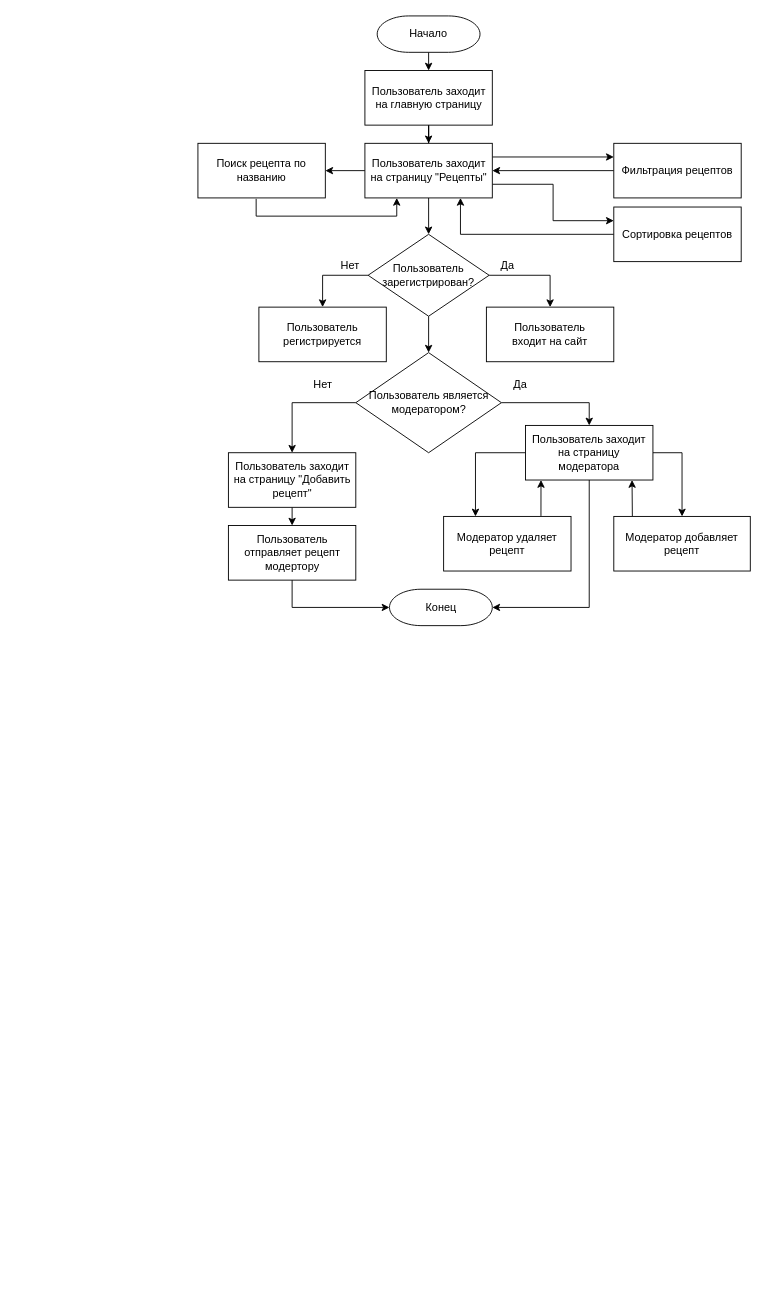
The draw.io diagram page "Base 1.3" (6 of 12) of img/Диаграмма без названия.drawio in Discordiks/Pink_girls, before the edit. Source tidied: cells renumbered, new cells numbered last; positions are measured from the earlier drawing's top-left corner, leaving out a move shared by most shapes. Both pictures are drawn from the tidied source at 91%, with x=0, y=0 at pixel (197, 15).
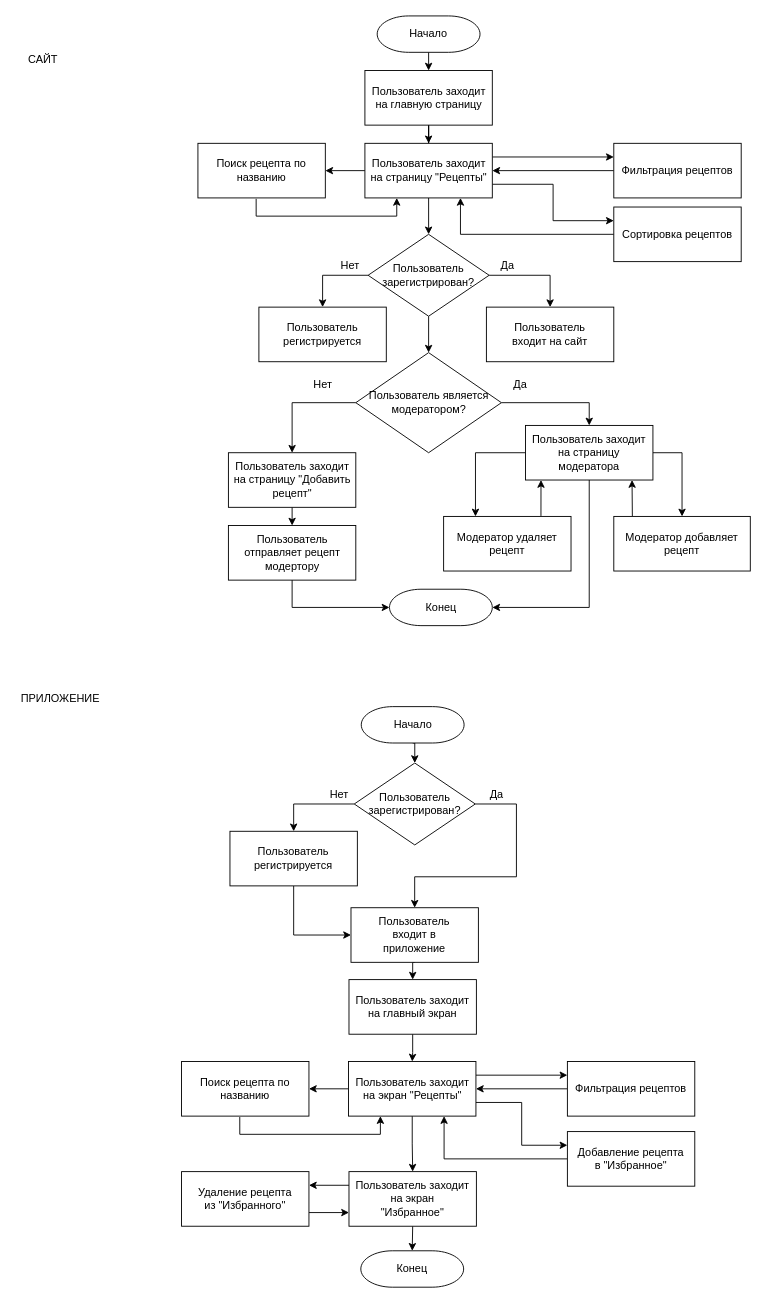
Above is the later version.

Change to the diagram source:
```diff
@@
+    <mxCell id="43" value="САЙТ" style="text;html=1;align=center;verticalAlign=middle;whiteSpace=wrap;rounded=0;" parent="1" vertex="1">
+      <mxGeometry x="-200" y="33" width="60" height="30" as="geometry" />
+    </mxCell>
+    <mxCell id="44" value="ПРИЛОЖЕНИЕ" style="text;html=1;align=center;verticalAlign=middle;whiteSpace=wrap;rounded=0;" parent="1" vertex="1">
+      <mxGeometry x="-200" y="735" width="98" height="30" as="geometry" />
+    </mxCell>
+    <mxCell id="45" style="edgeStyle=orthogonalEdgeStyle;rounded=0;jettySize=auto;html=1;exitX=0.5;exitY=1;exitDx=0;exitDy=0;exitPerimeter=0;entryX=0.5;entryY=0;entryDx=0;entryDy=0;" parent="1" edge="1" source="46" target="60">
+      <mxGeometry relative="1" as="geometry" />
+    </mxCell>
+    <mxCell id="46" value="Начало" style="strokeWidth=1;html=1;shape=mxgraph.flowchart.terminator;whiteSpace=wrap;" parent="1" vertex="1">
+      <mxGeometry x="179.5" y="759" width="113" height="40" as="geometry" />
+    </mxCell>
+    <mxCell id="47" style="edgeStyle=orthogonalEdgeStyle;rounded=0;jettySize=auto;html=1;entryX=0.5;entryY=0;entryDx=0;entryDy=0;" parent="1" edge="1" source="48" target="53">
+      <mxGeometry relative="1" as="geometry" />
+    </mxCell>
+    <mxCell id="48" value="Пользователь заходит на главный экран" style="rounded=0;whiteSpace=wrap;html=1;" parent="1" vertex="1">
+      <mxGeometry x="166" y="1059" width="140" height="60" as="geometry" />
+    </mxCell>
+    <mxCell id="49" style="edgeStyle=orthogonalEdgeStyle;rounded=0;jettySize=auto;html=1;entryX=1;entryY=0.5;entryDx=0;entryDy=0;" parent="1" edge="1" source="53" target="55">
+      <mxGeometry relative="1" as="geometry" />
+    </mxCell>
+    <mxCell id="50" style="edgeStyle=orthogonalEdgeStyle;rounded=0;jettySize=auto;html=1;exitX=0.5;exitY=1;exitDx=0;exitDy=0;entryX=0.5;entryY=0;entryDx=0;entryDy=0;" parent="1" edge="1" source="53" target="65">
+      <mxGeometry relative="1" as="geometry" />
+    </mxCell>
+    <mxCell id="51" style="edgeStyle=orthogonalEdgeStyle;rounded=0;jettySize=auto;html=1;exitX=1;exitY=0.25;exitDx=0;exitDy=0;entryX=0;entryY=0.25;entryDx=0;entryDy=0;" parent="1" edge="1" source="53" target="57">
+      <mxGeometry relative="1" as="geometry" />
+    </mxCell>
+    <mxCell id="52" style="edgeStyle=orthogonalEdgeStyle;rounded=0;jettySize=auto;html=1;exitX=1;exitY=0.75;exitDx=0;exitDy=0;entryX=0;entryY=0.25;entryDx=0;entryDy=0;" parent="1" edge="1" source="53" target="72">
+      <mxGeometry relative="1" as="geometry" />
+    </mxCell>
+    <mxCell id="53" value="Пользователь заходит на экран &quot;Рецепты&quot;" style="rounded=0;whiteSpace=wrap;html=1;" parent="1" vertex="1">
+      <mxGeometry x="165.5" y="1149" width="140" height="60" as="geometry" />
+    </mxCell>
+    <mxCell id="54" style="edgeStyle=orthogonalEdgeStyle;rounded=0;jettySize=auto;html=1;entryX=0.25;entryY=1;entryDx=0;entryDy=0;exitX=0.457;exitY=1.017;exitDx=0;exitDy=0;exitPerimeter=0;" parent="1" edge="1" source="55" target="53">
+      <mxGeometry relative="1" as="geometry" />
+    </mxCell>
+    <mxCell id="55" value="Поиск рецепта по названию" style="rounded=0;whiteSpace=wrap;html=1;" parent="1" vertex="1">
+      <mxGeometry x="-18" y="1149" width="140" height="60" as="geometry" />
+    </mxCell>
+    <mxCell id="56" style="edgeStyle=orthogonalEdgeStyle;rounded=0;jettySize=auto;html=1;exitX=0;exitY=0.5;exitDx=0;exitDy=0;entryX=1;entryY=0.5;entryDx=0;entryDy=0;" parent="1" edge="1" source="57" target="53">
+      <mxGeometry relative="1" as="geometry" />
+    </mxCell>
+    <mxCell id="57" value="Фильтрация рецептов" style="rounded=0;whiteSpace=wrap;html=1;" parent="1" vertex="1">
+      <mxGeometry x="406" y="1149" width="140" height="60" as="geometry" />
+    </mxCell>
+    <mxCell id="58" style="edgeStyle=orthogonalEdgeStyle;rounded=0;jettySize=auto;html=1;exitX=1;exitY=0.5;exitDx=0;exitDy=0;entryX=0.5;entryY=0;entryDx=0;entryDy=0;" parent="1" edge="1" source="60" target="67">
+      <mxGeometry relative="1" as="geometry">
+        <Array as="points">
+          <mxPoint x="350" y="866" />
+          <mxPoint x="350" y="946" />
+          <mxPoint x="238" y="946" />
+        </Array>
+      </mxGeometry>
+    </mxCell>
+    <mxCell id="59" style="edgeStyle=orthogonalEdgeStyle;rounded=0;jettySize=auto;html=1;exitX=0;exitY=0.5;exitDx=0;exitDy=0;entryX=0.5;entryY=0;entryDx=0;entryDy=0;" parent="1" edge="1" source="60" target="62">
+      <mxGeometry relative="1" as="geometry" />
+    </mxCell>
+    <mxCell id="60" value="Пользователь зарегистрирован?" style="rhombus;whiteSpace=wrap;html=1;" parent="1" vertex="1">
+      <mxGeometry x="171.8" y="821" width="133" height="90" as="geometry" />
+    </mxCell>
+    <mxCell id="61" style="edgeStyle=orthogonalEdgeStyle;rounded=0;jettySize=auto;html=1;exitX=0.5;exitY=1;exitDx=0;exitDy=0;entryX=0;entryY=0.5;entryDx=0;entryDy=0;" parent="1" edge="1" source="62" target="67">
+      <mxGeometry relative="1" as="geometry" />
+    </mxCell>
+    <mxCell id="62" value="Пользователь регистрируется" style="rounded=0;whiteSpace=wrap;html=1;" parent="1" vertex="1">
+      <mxGeometry x="35.2" y="896" width="140" height="60" as="geometry" />
+    </mxCell>
+    <mxCell id="63" style="edgeStyle=orthogonalEdgeStyle;rounded=0;jettySize=auto;html=1;exitX=0.5;exitY=1;exitDx=0;exitDy=0;entryX=0.5;entryY=0;entryDx=0;entryDy=0;entryPerimeter=0;" parent="1" edge="1" source="65" target="70">
+      <mxGeometry relative="1" as="geometry" />
+    </mxCell>
+    <mxCell id="64" style="edgeStyle=orthogonalEdgeStyle;rounded=0;jettySize=auto;html=1;exitX=0;exitY=0.25;exitDx=0;exitDy=0;entryX=1;entryY=0.25;entryDx=0;entryDy=0;" parent="1" edge="1" source="65" target="74">
+      <mxGeometry relative="1" as="geometry" />
+    </mxCell>
+    <mxCell id="65" value="&lt;div&gt;Пользователь заходит на экран&lt;br&gt;&lt;/div&gt;&lt;div&gt;&quot;Избранное&quot;&lt;/div&gt;" style="rounded=0;whiteSpace=wrap;html=1;" parent="1" vertex="1">
+      <mxGeometry x="166" y="1270" width="140" height="60" as="geometry" />
+    </mxCell>
+    <mxCell id="66" style="edgeStyle=orthogonalEdgeStyle;rounded=0;jettySize=auto;html=1;exitX=0.5;exitY=1;exitDx=0;exitDy=0;entryX=0.5;entryY=0;entryDx=0;entryDy=0;" parent="1" edge="1" source="67" target="48">
+      <mxGeometry relative="1" as="geometry" />
+    </mxCell>
+    <mxCell id="67" value="&lt;div&gt;Пользователь&lt;/div&gt;&lt;div&gt;входит в&lt;/div&gt;&lt;div&gt;приложение&lt;br&gt;&lt;/div&gt;" style="rounded=0;whiteSpace=wrap;html=1;" parent="1" vertex="1">
+      <mxGeometry x="168.2" y="980" width="140" height="60" as="geometry" />
+    </mxCell>
+    <mxCell id="68" value="Нет" style="text;html=1;align=center;verticalAlign=middle;strokeColor=none;fillColor=none;" parent="1" vertex="1">
+      <mxGeometry x="135.2" y="841" width="40" height="30" as="geometry" />
+    </mxCell>
+    <mxCell id="69" value="Да" style="text;html=1;align=center;verticalAlign=middle;strokeColor=none;fillColor=none;" parent="1" vertex="1">
+      <mxGeometry x="308.2" y="841" width="40" height="30" as="geometry" />
+    </mxCell>
+    <mxCell id="70" value="Конец" style="strokeWidth=1;html=1;shape=mxgraph.flowchart.terminator;whiteSpace=wrap;" parent="1" vertex="1">
+      <mxGeometry x="179" y="1357" width="113" height="40" as="geometry" />
+    </mxCell>
+    <mxCell id="71" style="edgeStyle=orthogonalEdgeStyle;rounded=0;jettySize=auto;html=1;exitX=0;exitY=0.5;exitDx=0;exitDy=0;entryX=0.75;entryY=1;entryDx=0;entryDy=0;" parent="1" edge="1" source="72" target="53">
+      <mxGeometry relative="1" as="geometry" />
+    </mxCell>
+    <mxCell id="72" value="Добавление рецепта&lt;br&gt;в &quot;Избранное&quot;" style="rounded=0;whiteSpace=wrap;html=1;" parent="1" vertex="1">
+      <mxGeometry x="406" y="1226" width="140" height="60" as="geometry" />
+    </mxCell>
+    <mxCell id="73" style="edgeStyle=orthogonalEdgeStyle;rounded=0;jettySize=auto;html=1;exitX=1;exitY=0.75;exitDx=0;exitDy=0;entryX=0;entryY=0.75;entryDx=0;entryDy=0;" parent="1" edge="1" source="74" target="65">
+      <mxGeometry relative="1" as="geometry" />
+    </mxCell>
+    <mxCell id="74" value="&lt;div&gt;Удаление рецепта&lt;/div&gt;&lt;div&gt;из &quot;Избранного&quot;&lt;br&gt;&lt;/div&gt;" style="rounded=0;whiteSpace=wrap;html=1;" parent="1" vertex="1">
+      <mxGeometry x="-18" y="1270" width="140" height="60" as="geometry" />
+    </mxCell>
```
